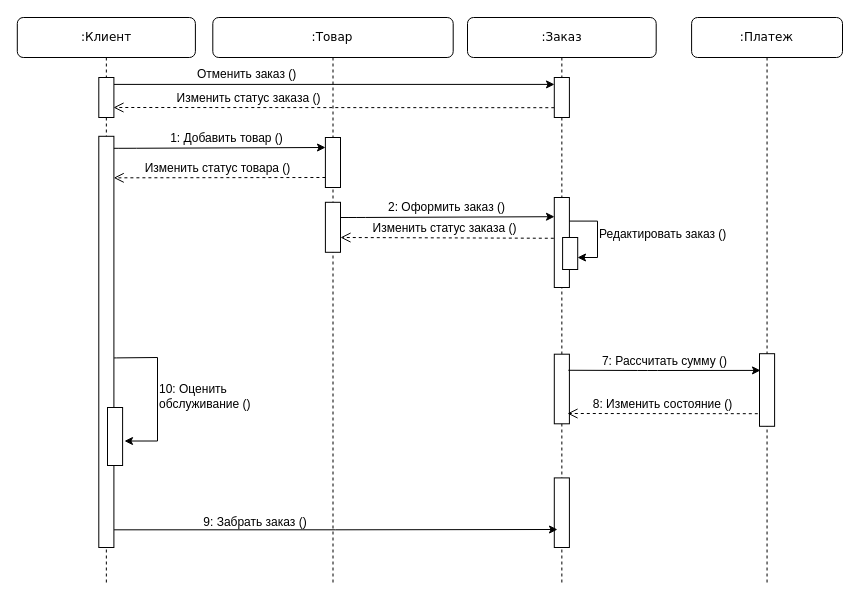
The draw.io diagram дгрмм последовательности.drawio in Ksenix-CopLLeRe/preparation, before the edit. Source tidied: cells renumbered, new cells numbered last; positions are measured from the earlier drawing's top-left corner, leaving out a move shared by most shapes. Both pictures are drawn from the tidied source at 100%, with x=0, y=0 at pixel (17, 17).
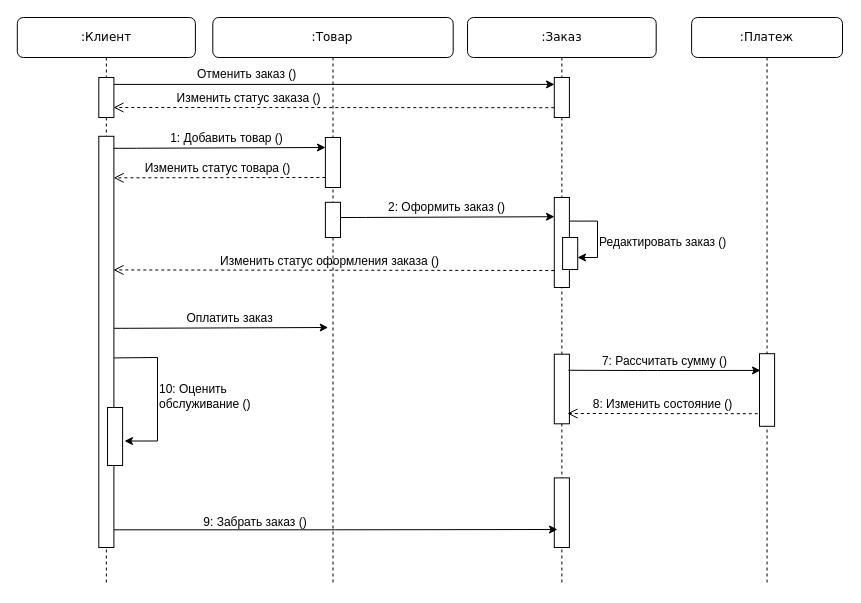
The same diagram, later.

The change refers to these unchanged cells:
```xml
<mxCell id="2" style="group;" parent="1" vertex="1">
  <mxGeometry x="10" width="815" height="568" as="geometry" />
</mxCell>
<mxCell id="14" value=":Товар" style="shape=umlLifeline;perimeter=lifelinePerimeter;whiteSpace=wrap;html=1;rounded=1;shadow=0;comic=0;labelBackgroundColor=none;strokeWidth=1;fontFamily=Verdana;fontSize=12;align=center;" parent="2" vertex="1">
  <mxGeometry x="185.3" width="240.4" height="568" as="geometry" />
</mxCell>
<mxCell id="24" style="html=1;points=[];perimeter=orthogonalPerimeter;rounded=0;shadow=0;comic=0;labelBackgroundColor=none;strokeWidth=1;fontFamily=Verdana;fontSize=12;align=center;" parent="2" vertex="1">
  <mxGeometry x="71.3" y="118.8" width="15.1" height="411.2" as="geometry" />
</mxCell>
<mxCell id="30" style="html=1;points=[];perimeter=orthogonalPerimeter;rounded=0;shadow=0;comic=0;labelBackgroundColor=none;strokeWidth=1;fontFamily=Verdana;fontSize=12;align=center;" parent="2" vertex="1">
  <mxGeometry x="526.8" y="180" width="15.1" height="90" as="geometry" />
</mxCell>
```

Diff of the diagram source:
```diff
@@
+    <mxCell id="33" value="&lt;font face=&quot;Helvetica&quot;&gt;Оплатить заказ&lt;/font&gt;" style="html=1;verticalAlign=bottom;endArrow=classic;labelBackgroundColor=none;fontFamily=Verdana;fontSize=12;edgeStyle=elbowEdgeStyle;elbow=horizontal;exitX=1.5;exitY=0.091;exitDx=0;exitDy=0;exitPerimeter=0;endFill=1;" parent="14" edge="1">
+      <mxGeometry x="0.08" relative="1" as="geometry">
+        <mxPoint x="-98.9" y="310.8" as="sourcePoint" />
+        <mxPoint x="115.4" y="310" as="targetPoint" />
+        <Array as="points">
+          <mxPoint x="-83.8" y="310.8" />
+          <mxPoint x="-8.3" y="310.8" />
+        </Array>
+      </mxGeometry>
+    </mxCell>
@@
     <mxCell id="17" value="Редактировать заказ ()" style="text;strokeColor=none;align=left;fillColor=none;html=1;verticalAlign=middle;whiteSpace=wrap;rounded=0;" parent="2" vertex="1">
-      <mxGeometry x="570" y="200" width="130" height="34.8" as="geometry" />
+      <mxGeometry x="570" y="207.6" width="130" height="34.8" as="geometry" />
     </mxCell>
@@
     <mxCell id="28" style="html=1;perimeter=orthogonalPerimeter;rounded=0;shadow=0;comic=0;labelBackgroundColor=none;strokeWidth=1;fontFamily=Verdana;fontSize=12;align=center;" parent="2" vertex="1">
-      <mxGeometry x="297.9" y="184.8" width="15.1" height="50" as="geometry" />
+      <mxGeometry x="297.9" y="184.8" width="15.1" height="35.2" as="geometry" />
     </mxCell>
@@
-    <mxCell id="32" value="&lt;font face=&quot;Helvetica&quot;&gt;Изменить статус заказа ()&lt;/font&gt;" style="html=1;verticalAlign=bottom;endArrow=open;dashed=1;endSize=8;labelBackgroundColor=none;fontFamily=Verdana;fontSize=12;entryX=0.986;entryY=0.101;entryDx=0;entryDy=0;entryPerimeter=0;exitX=-0.033;exitY=0.453;exitDx=0;exitDy=0;exitPerimeter=0;" parent="2" edge="1" source="30">
+    <mxCell id="32" value="&lt;font face=&quot;Helvetica&quot;&gt;Изменить статус оформления заказа ()&lt;/font&gt;" style="html=1;verticalAlign=bottom;endArrow=open;dashed=1;endSize=8;labelBackgroundColor=none;fontFamily=Verdana;fontSize=12;entryX=0.974;entryY=0.325;entryDx=0;entryDy=0;entryPerimeter=0;exitX=-0.033;exitY=0.453;exitDx=0;exitDy=0;exitPerimeter=0;" parent="2" edge="1" target="24">
       <mxGeometry x="0.02" relative="1" as="geometry">
-        <mxPoint x="313" y="220" as="targetPoint" />
+        <mxPoint x="526.8" y="253" as="sourcePoint" />
       </mxGeometry>
     </mxCell>
```
